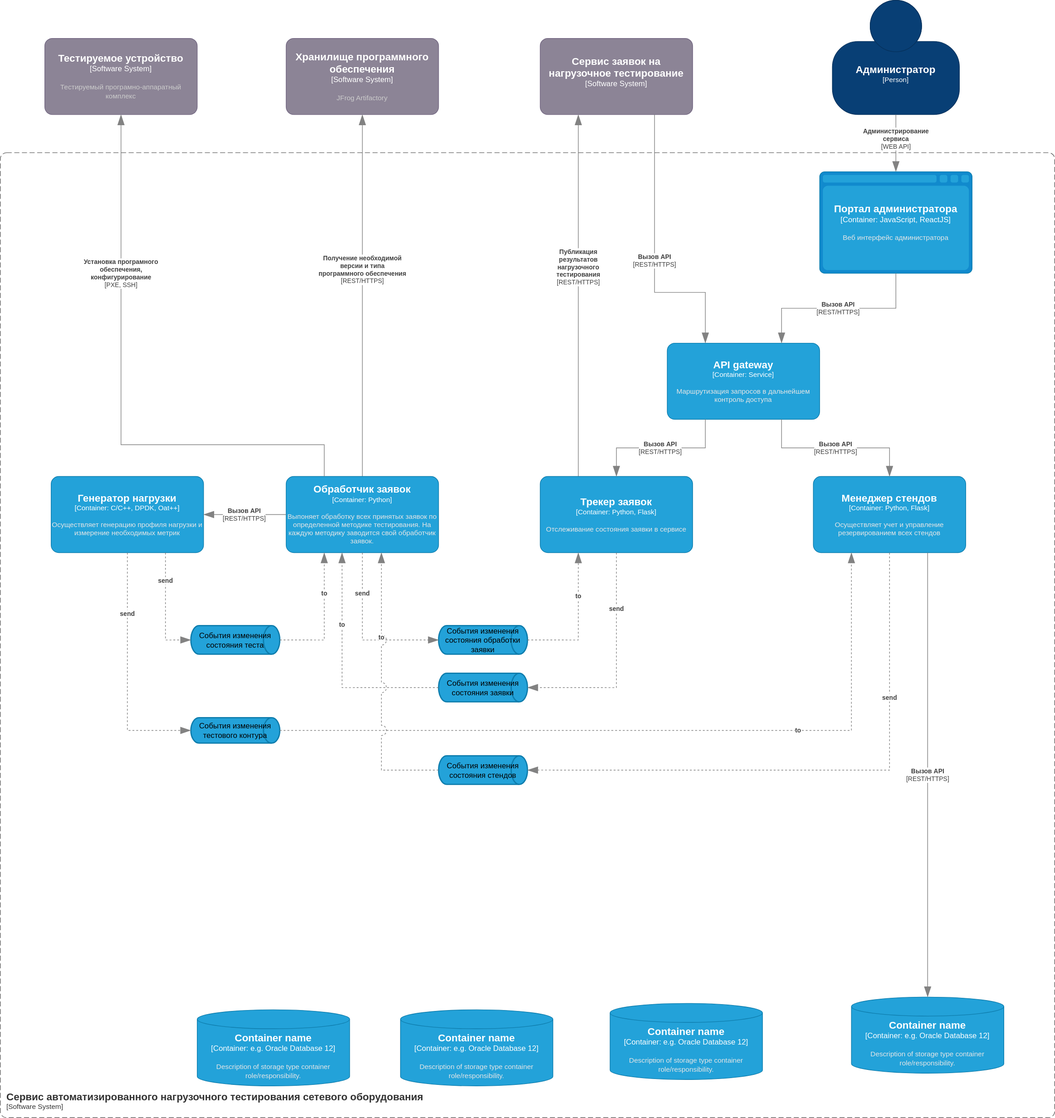
Earlier version of the draw.io export graduate_project/diagrams/system_containers.svg (ralex29/otus_software_architect_2022_09). Source tidied: cells renumbered, new cells last; positions are measured from the earlier drawing's top-left corner, leaving out a move shared by most shapes.
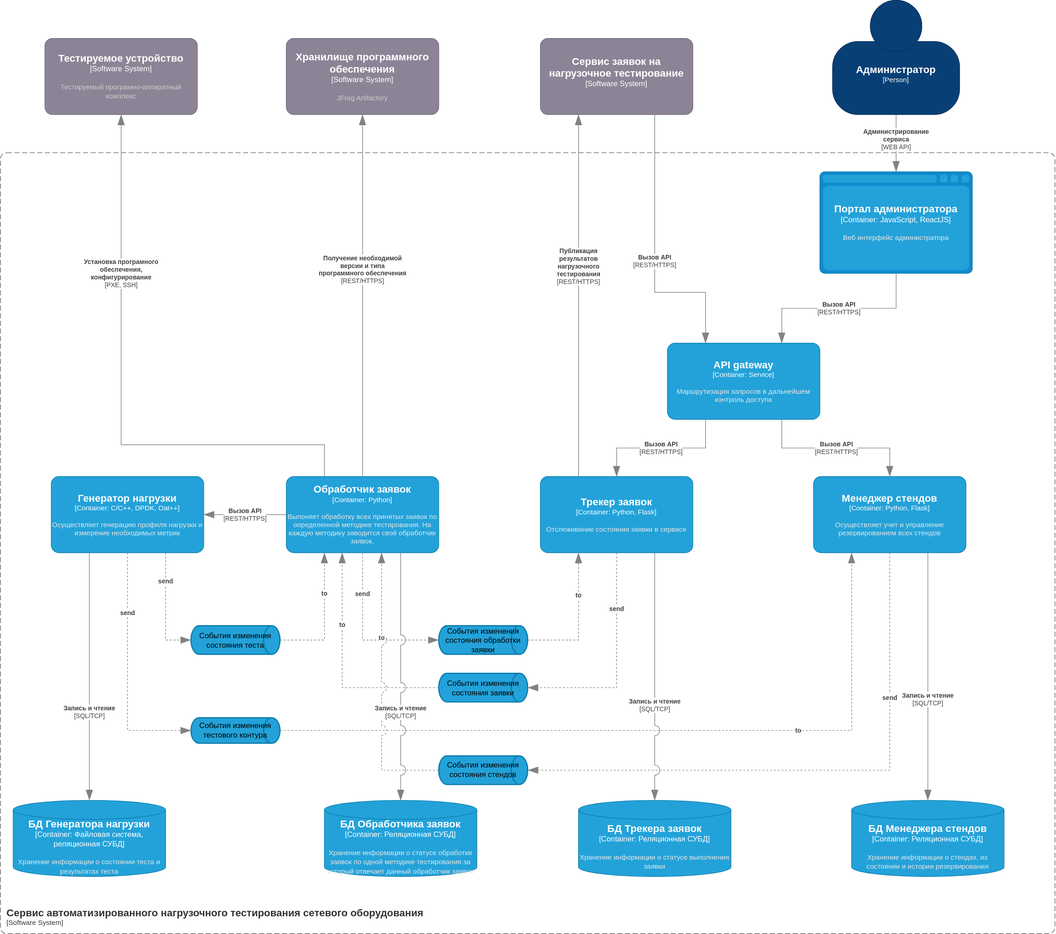
After the commit.

What changed in the source:
```diff
@@ -49,7 +49,7 @@
     </object>
     <object id="9" label="&lt;font style=&quot;font-size: 16px&quot;&gt;&lt;b&gt;&lt;div style=&quot;text-align: left&quot;&gt;%c4Name%&lt;/div&gt;&lt;/b&gt;&lt;/font&gt;&lt;div style=&quot;text-align: left&quot;&gt;[%c4Application%]&lt;/div&gt;" c4Application="Software System" c4Name="Сервис автоматизированного нагрузочного тестирования сетевого оборудования" c4Type="SystemScopeBoundary" placeholders="1">
       <mxCell style="rounded=1;fontSize=11;whiteSpace=wrap;html=1;dashed=1;arcSize=20;fillColor=none;strokeColor=#666666;fontColor=#333333;labelBackgroundColor=none;align=left;verticalAlign=bottom;labelBorderColor=none;spacingTop=0;spacing=10;dashPattern=8 4;perimeter=rectanglePerimeter;noLabel=0;labelPadding=0;absoluteArcSize=1;" parent="1" vertex="1">
-        <mxGeometry y="240" width="1660" height="1520" as="geometry" />
+        <mxGeometry y="240" width="1660" height="1230" as="geometry" />
       </mxCell>
     </object>
     <object id="10" label="&lt;font style=&quot;font-size: 16px&quot;&gt;&lt;b&gt;%c4Name%&lt;/b&gt;&lt;/font&gt;&lt;div&gt;[%c4Type%: %c4Technology%]&lt;/div&gt;&lt;br&gt;&lt;div&gt;&lt;font style=&quot;font-size: 11px&quot;&gt;&lt;font color=&quot;#E6E6E6&quot;&gt;%c4Description%&lt;/font&gt;&lt;/div&gt;" c4Description="Маршрутизация запросов в дальнейшем контроль доступа" c4Name="API gateway" c4Technology="Service" c4Type="Container" placeholders="1">
@@ -87,26 +87,11 @@
         <mxGeometry x="80" y="750" width="240" height="120" as="geometry" />
       </mxCell>
     </object>
-    <object id="17" label="&lt;font style=&quot;font-size: 16px&quot;&gt;&lt;b&gt;%c4Type%&lt;/b&gt;&lt;/font&gt;&lt;div&gt;[%c4Container%:&amp;nbsp;%c4Technology%]&lt;/div&gt;&lt;br&gt;&lt;div&gt;&lt;font style=&quot;font-size: 11px&quot;&gt;&lt;font color=&quot;#E6E6E6&quot;&gt;%c4Description%&lt;/font&gt;&lt;/div&gt;" c4Container="Container" c4Description="Description of storage type container role/responsibility." c4Technology="e.g. Oracle Database 12" c4Type="Container name" placeholders="1">
-      <mxCell style="shape=cylinder3;size=15;whiteSpace=wrap;html=1;boundedLbl=1;rounded=0;labelBackgroundColor=none;fillColor=#23A2D9;fontSize=12;fontColor=#ffffff;align=center;strokeColor=#0E7DAD;" parent="1" vertex="1">
-        <mxGeometry x="630" y="1590" width="240" height="120" as="geometry" />
-      </mxCell>
-    </object>
-    <object id="18" label="&lt;font style=&quot;font-size: 16px&quot;&gt;&lt;b&gt;%c4Type%&lt;/b&gt;&lt;/font&gt;&lt;div&gt;[%c4Container%:&amp;nbsp;%c4Technology%]&lt;/div&gt;&lt;br&gt;&lt;div&gt;&lt;font style=&quot;font-size: 11px&quot;&gt;&lt;font color=&quot;#E6E6E6&quot;&gt;%c4Description%&lt;/font&gt;&lt;/div&gt;" c4Container="Container" c4Description="Description of storage type container role/responsibility." c4Technology="e.g. Oracle Database 12" c4Type="Container name" placeholders="1">
-      <mxCell style="shape=cylinder3;size=15;whiteSpace=wrap;html=1;boundedLbl=1;rounded=0;labelBackgroundColor=none;fillColor=#23A2D9;fontSize=12;fontColor=#ffffff;align=center;strokeColor=#0E7DAD;" parent="1" vertex="1">
-        <mxGeometry x="960" y="1580" width="240" height="120" as="geometry" />
-      </mxCell>
-    </object>
-    <object id="19" label="&lt;font style=&quot;font-size: 16px&quot;&gt;&lt;b&gt;%c4Type%&lt;/b&gt;&lt;/font&gt;&lt;div&gt;[%c4Container%:&amp;nbsp;%c4Technology%]&lt;/div&gt;&lt;br&gt;&lt;div&gt;&lt;font style=&quot;font-size: 11px&quot;&gt;&lt;font color=&quot;#E6E6E6&quot;&gt;%c4Description%&lt;/font&gt;&lt;/div&gt;" c4Container="Container" c4Description="Description of storage type container role/responsibility." c4Technology="e.g. Oracle Database 12" c4Type="Container name" placeholders="1">
+    <object id="19" label="&lt;font style=&quot;font-size: 16px&quot;&gt;&lt;b&gt;%c4Type%&lt;/b&gt;&lt;/font&gt;&lt;div&gt;[%c4Container%:&amp;nbsp;%c4Technology%]&lt;/div&gt;&lt;br&gt;&lt;div&gt;&lt;font style=&quot;font-size: 11px&quot;&gt;&lt;font color=&quot;#E6E6E6&quot;&gt;%c4Description%&lt;/font&gt;&lt;/div&gt;" c4Container="Container" c4Description="Хранение информации о стендах, их состоянии и истории резервирования" c4Technology="Реляционная СУБД" c4Type="БД Менеджера стендов" placeholders="1">
       <mxCell style="shape=cylinder3;size=15;whiteSpace=wrap;html=1;boundedLbl=1;rounded=0;labelBackgroundColor=none;fillColor=#23A2D9;fontSize=12;fontColor=#ffffff;align=center;strokeColor=#0E7DAD;points=[[0.5,0,0],[1,0.25,0],[1,0.5,0],[1,0.75,0],[0.5,1,0],[0,0.75,0],[0,0.5,0],[0,0.25,0]];" parent="1" vertex="1">
-        <mxGeometry x="1340" y="1570" width="240" height="120" as="geometry" />
+        <mxGeometry x="1340" y="1260" width="240" height="120" as="geometry" />
       </mxCell>
     </object>
-    <object id="20" label="&lt;font style=&quot;font-size: 16px&quot;&gt;&lt;b&gt;%c4Type%&lt;/b&gt;&lt;/font&gt;&lt;div&gt;[%c4Container%:&amp;nbsp;%c4Technology%]&lt;/div&gt;&lt;br&gt;&lt;div&gt;&lt;font style=&quot;font-size: 11px&quot;&gt;&lt;font color=&quot;#E6E6E6&quot;&gt;%c4Description%&lt;/font&gt;&lt;/div&gt;" c4Container="Container" c4Description="Description of storage type container role/responsibility." c4Technology="e.g. Oracle Database 12" c4Type="Container name" placeholders="1">
-      <mxCell style="shape=cylinder3;size=15;whiteSpace=wrap;html=1;boundedLbl=1;rounded=0;labelBackgroundColor=none;fillColor=#23A2D9;fontSize=12;fontColor=#ffffff;align=center;strokeColor=#0E7DAD;" parent="1" vertex="1">
-        <mxGeometry x="310" y="1590" width="240" height="120" as="geometry" />
-      </mxCell>
-    </object>
     <object id="21" label="&lt;div style=&quot;text-align: left&quot;&gt;&lt;div style=&quot;text-align: center&quot;&gt;&lt;b&gt;%c4Description%&lt;/b&gt;&lt;/div&gt;&lt;div style=&quot;text-align: center&quot;&gt;[%c4Technology%]&lt;/div&gt;&lt;/div&gt;" c4Description="Вызов API" c4Technology="REST/HTTPS" c4Type="Relationship" placeholders="1">
       <mxCell style="endArrow=blockThin;html=1;fontSize=10;fontColor=#404040;strokeWidth=1;endFill=1;strokeColor=#828282;elbow=vertical;endSize=14;startSize=14;jumpStyle=arc;jumpSize=16;rounded=0;edgeStyle=orthogonalEdgeStyle;exitX=0.25;exitY=1;exitDx=0;exitDy=0;exitPerimeter=0;entryX=0.5;entryY=0;entryDx=0;entryDy=0;entryPerimeter=0;" parent="1" edge="1" source="10" target="13">
         <mxGeometry relative="1" as="geometry" />
@@ -117,9 +102,9 @@
         <mxGeometry relative="1" as="geometry" />
       </mxCell>
     </object>
-    <object id="23" label="&lt;div style=&quot;text-align: left&quot;&gt;&lt;div style=&quot;text-align: center&quot;&gt;&lt;b&gt;%c4Description%&lt;/b&gt;&lt;/div&gt;&lt;div style=&quot;text-align: center&quot;&gt;[%c4Technology%]&lt;/div&gt;&lt;/div&gt;" c4Description="Вызов API" c4Technology="REST/HTTPS" c4Type="Relationship" placeholders="1">
+    <object id="23" label="&lt;div style=&quot;text-align: left&quot;&gt;&lt;div style=&quot;text-align: center&quot;&gt;&lt;b&gt;%c4Description%&lt;/b&gt;&lt;/div&gt;&lt;div style=&quot;text-align: center&quot;&gt;[%c4Technology%]&lt;/div&gt;&lt;/div&gt;" c4Description="Запись и чтение" c4Technology="SQL/TCP" c4Type="Relationship" placeholders="1">
       <mxCell style="endArrow=blockThin;html=1;fontSize=10;fontColor=#404040;strokeWidth=1;endFill=1;strokeColor=#828282;elbow=vertical;endSize=14;startSize=14;jumpStyle=arc;jumpSize=16;rounded=0;edgeStyle=orthogonalEdgeStyle;exitX=0.75;exitY=1;exitDx=0;exitDy=0;exitPerimeter=0;entryX=0.5;entryY=0;entryDx=0;entryDy=0;entryPerimeter=0;" parent="1" edge="1" source="15" target="19">
-        <mxGeometry relative="1" as="geometry" />
+        <mxGeometry x="0.18" relative="1" as="geometry" />
       </mxCell>
     </object>
     <mxCell id="24" value="События изменения состояния теста" style="strokeWidth=2;html=1;shape=mxgraph.flowchart.direct_data;whiteSpace=wrap;fillColor=#23A2D9;strokeColor=#0E7DAD;" parent="1" vertex="1">
@@ -211,5 +196,35 @@
         <mxGeometry relative="1" as="geometry" />
       </mxCell>
     </object>
+    <object id="42" label="&lt;font style=&quot;font-size: 16px&quot;&gt;&lt;b&gt;%c4Type%&lt;/b&gt;&lt;/font&gt;&lt;div&gt;[%c4Container%:&amp;nbsp;%c4Technology%]&lt;/div&gt;&lt;br&gt;&lt;div&gt;&lt;font style=&quot;font-size: 11px&quot;&gt;&lt;font color=&quot;#E6E6E6&quot;&gt;%c4Description%&lt;/font&gt;&lt;/div&gt;" c4Container="Container" c4Description="Хранение информации о статусе выполнения заявки" c4Technology="Реляционная СУБД" c4Type="БД Трекера заявок" placeholders="1">
+      <mxCell style="shape=cylinder3;size=15;whiteSpace=wrap;html=1;boundedLbl=1;rounded=0;labelBackgroundColor=none;fillColor=#23A2D9;fontSize=12;fontColor=#ffffff;align=center;strokeColor=#0E7DAD;points=[[0.5,0,0],[1,0.25,0],[1,0.5,0],[1,0.75,0],[0.5,1,0],[0,0.75,0],[0,0.5,0],[0,0.25,0]];" parent="1" vertex="1">
+        <mxGeometry x="910" y="1260" width="240" height="120" as="geometry" />
+      </mxCell>
+    </object>
+    <object id="43" label="&lt;div style=&quot;text-align: left&quot;&gt;&lt;div style=&quot;text-align: center&quot;&gt;&lt;b&gt;%c4Description%&lt;/b&gt;&lt;/div&gt;&lt;div style=&quot;text-align: center&quot;&gt;[%c4Technology%]&lt;/div&gt;&lt;/div&gt;" c4Description="Запись и чтение" c4Technology="SQL/TCP" c4Type="Relationship" placeholders="1">
+      <mxCell style="endArrow=blockThin;html=1;fontSize=10;fontColor=#404040;strokeWidth=1;endFill=1;strokeColor=#828282;elbow=vertical;endSize=14;startSize=14;jumpStyle=arc;jumpSize=16;rounded=0;edgeStyle=orthogonalEdgeStyle;exitX=0.75;exitY=1;exitDx=0;exitDy=0;exitPerimeter=0;entryX=0.5;entryY=0;entryDx=0;entryDy=0;entryPerimeter=0;" parent="1" edge="1" source="13" target="42">
+        <mxGeometry x="0.23" relative="1" as="geometry" />
+      </mxCell>
+    </object>
+    <object id="44" label="&lt;font style=&quot;font-size: 16px&quot;&gt;&lt;b&gt;%c4Type%&lt;/b&gt;&lt;/font&gt;&lt;div&gt;[%c4Container%:&amp;nbsp;%c4Technology%]&lt;/div&gt;&lt;br&gt;&lt;div&gt;&lt;font style=&quot;font-size: 11px&quot;&gt;&lt;font color=&quot;#E6E6E6&quot;&gt;%c4Description%&lt;/font&gt;&lt;/div&gt;" c4Container="Container" c4Description="Хранение информации о статусе обработки заявок по одной методике тестирования за который отвечает данный обработчик заявок" c4Technology="Реляционная СУБД" c4Type="БД Обработчика заявок" placeholders="1">
+      <mxCell style="shape=cylinder3;size=15;whiteSpace=wrap;html=1;boundedLbl=1;rounded=0;labelBackgroundColor=none;fillColor=#23A2D9;fontSize=12;fontColor=#ffffff;align=center;strokeColor=#0E7DAD;points=[[0.5,0,0],[1,0.25,0],[1,0.5,0],[1,0.75,0],[0.5,1,0],[0,0.75,0],[0,0.5,0],[0,0.25,0]];" parent="1" vertex="1">
+        <mxGeometry x="510" y="1260" width="240" height="120" as="geometry" />
+      </mxCell>
+    </object>
+    <object id="45" label="&lt;div style=&quot;text-align: left&quot;&gt;&lt;div style=&quot;text-align: center&quot;&gt;&lt;b&gt;%c4Description%&lt;/b&gt;&lt;/div&gt;&lt;div style=&quot;text-align: center&quot;&gt;[%c4Technology%]&lt;/div&gt;&lt;/div&gt;" c4Description="Запись и чтение" c4Technology="SQL/TCP" c4Type="Relationship" placeholders="1">
+      <mxCell style="endArrow=blockThin;html=1;fontSize=10;fontColor=#404040;strokeWidth=1;endFill=1;strokeColor=#828282;elbow=vertical;endSize=14;startSize=14;jumpStyle=arc;jumpSize=16;rounded=0;edgeStyle=orthogonalEdgeStyle;entryX=0.5;entryY=0;entryDx=0;entryDy=0;entryPerimeter=0;exitX=0.75;exitY=1;exitDx=0;exitDy=0;exitPerimeter=0;" parent="1" edge="1" source="14" target="44">
+        <mxGeometry x="0.28" relative="1" as="geometry" />
+      </mxCell>
+    </object>
+    <object id="46" label="&lt;font style=&quot;font-size: 16px&quot;&gt;&lt;b&gt;%c4Type%&lt;/b&gt;&lt;/font&gt;&lt;div&gt;[%c4Container%:&amp;nbsp;%c4Technology%]&lt;/div&gt;&lt;br&gt;&lt;div&gt;&lt;font style=&quot;font-size: 11px&quot;&gt;&lt;font color=&quot;#E6E6E6&quot;&gt;%c4Description%&lt;/font&gt;&lt;/div&gt;" c4Container="Container" c4Description="Хранение информации о состоянии теста и результатах теста" c4Technology="Файловая система, реляционная СУБД" c4Type="БД Генератора нагрузки" placeholders="1">
+      <mxCell style="shape=cylinder3;size=15;whiteSpace=wrap;html=1;boundedLbl=1;rounded=0;labelBackgroundColor=none;fillColor=#23A2D9;fontSize=12;fontColor=#ffffff;align=center;strokeColor=#0E7DAD;points=[[0.5,0,0],[1,0.25,0],[1,0.5,0],[1,0.75,0],[0.5,1,0],[0,0.75,0],[0,0.5,0],[0,0.25,0]];" parent="1" vertex="1">
+        <mxGeometry x="20" y="1260" width="240" height="120" as="geometry" />
+      </mxCell>
+    </object>
+    <object id="47" label="&lt;div style=&quot;text-align: left&quot;&gt;&lt;div style=&quot;text-align: center&quot;&gt;&lt;b&gt;%c4Description%&lt;/b&gt;&lt;/div&gt;&lt;div style=&quot;text-align: center&quot;&gt;[%c4Technology%]&lt;/div&gt;&lt;/div&gt;" c4Description="Запись и чтение" c4Technology="SQL/TCP" c4Type="Relationship" placeholders="1">
+      <mxCell style="endArrow=blockThin;html=1;fontSize=10;fontColor=#404040;strokeWidth=1;endFill=1;strokeColor=#828282;elbow=vertical;endSize=14;startSize=14;jumpStyle=arc;jumpSize=16;rounded=0;edgeStyle=orthogonalEdgeStyle;entryX=0.5;entryY=0;entryDx=0;entryDy=0;entryPerimeter=0;exitX=0.25;exitY=1;exitDx=0;exitDy=0;exitPerimeter=0;" parent="1" edge="1" source="16" target="46">
+        <mxGeometry x="0.28" relative="1" as="geometry" />
+      </mxCell>
+    </object>
   </root>
 </mxGraphModel>
```
